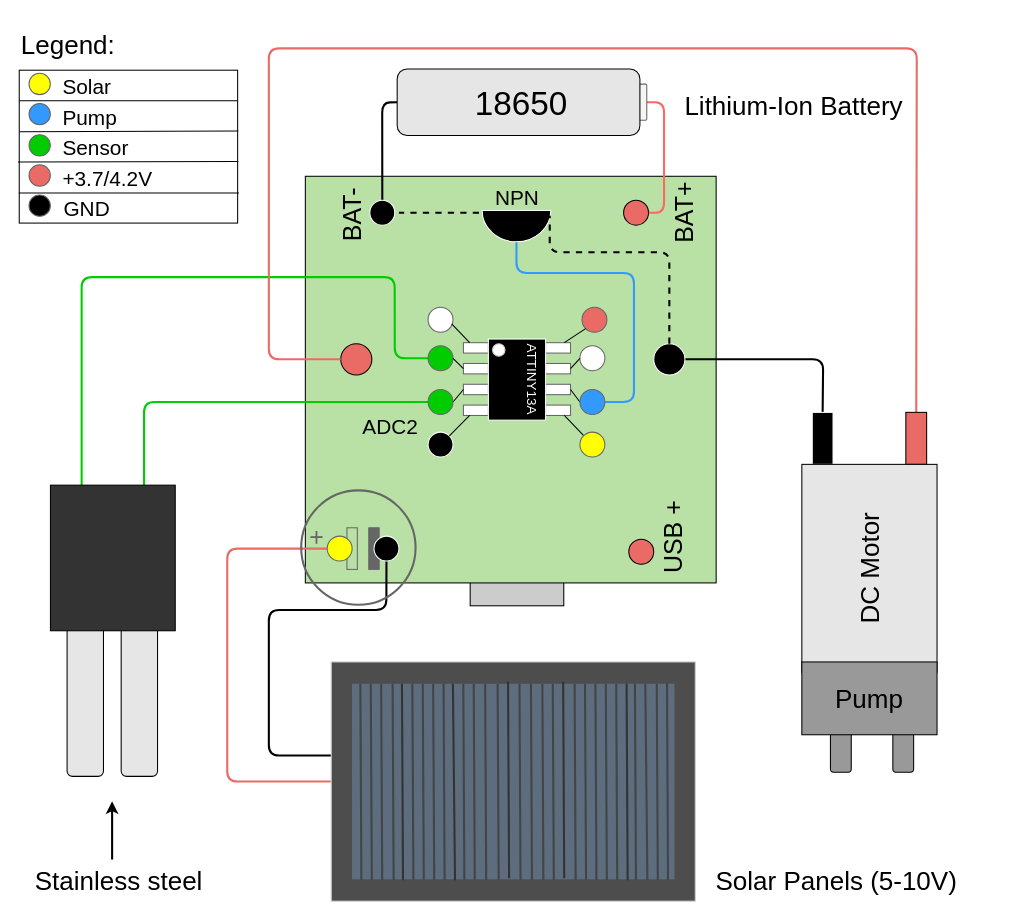
Above: img/technical.drawio in dimecho/ATtiny13-Plant (draw.io), before the change. Source tidied: cells renumbered, new cells numbered last; positions are measured from the earlier drawing's top-left corner, leaving out a move shared by most shapes. Both pictures are drawn from the tidied source at 104%, with x=0, y=0 at pixel (19, 18).
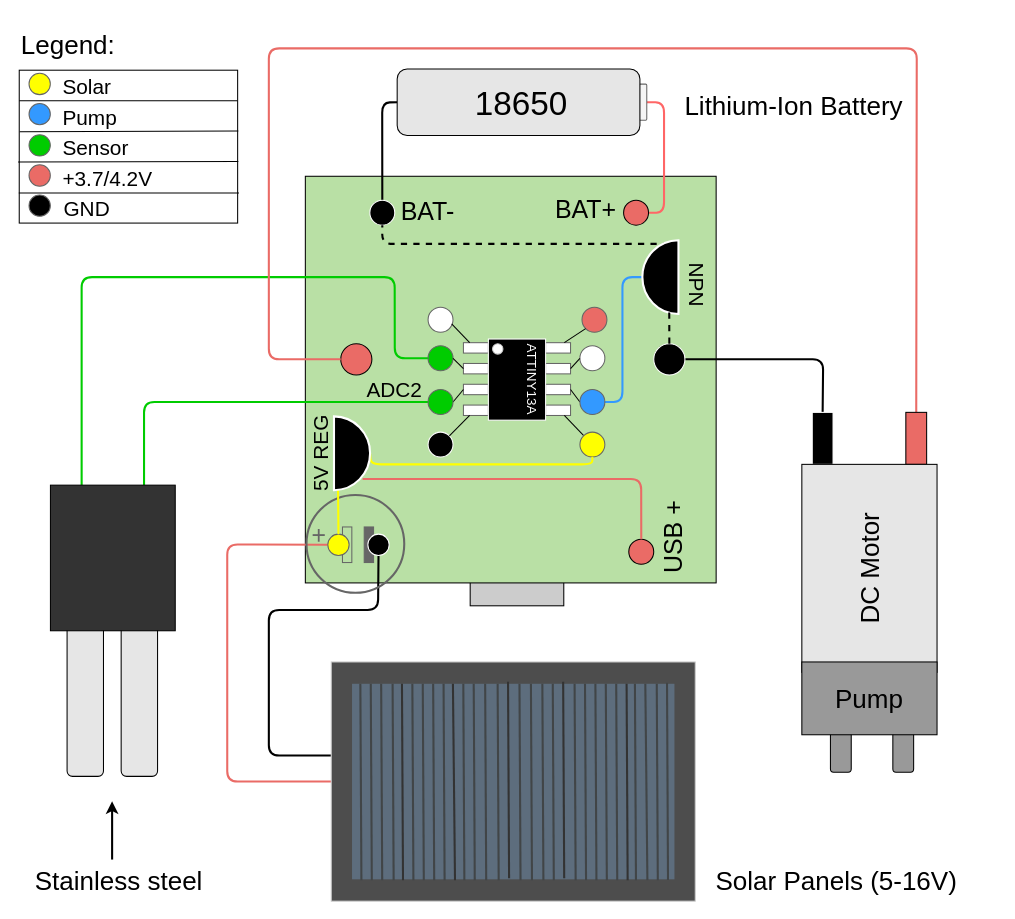
The same diagram, later.

Commit message (it also covers changes not shown here):
added operational diagram

The change refers to these unchanged cells:
```xml
<mxCell id="25" style="ellipse;whiteSpace=wrap;html=1;strokeColor=#FFFFFF;fillColor=#000000;fontSize=18;fontColor=#333333;" parent="1" vertex="1">
  <mxGeometry x="610.1" y="313" width="30" height="30" as="geometry" />
</mxCell>
<mxCell id="33" style="ellipse;whiteSpace=wrap;html=1;strokeColor=#000000;fillColor=#EA6B66;fontSize=18;fontColor=#333333;" parent="1" vertex="1">
  <mxGeometry x="586.1" y="501" width="24" height="24" as="geometry" />
</mxCell>
<mxCell id="34" style="ellipse;whiteSpace=wrap;html=1;strokeColor=#FFFFFF;fillColor=#000000;fontSize=18;fontColor=#333333;" parent="1" vertex="1">
  <mxGeometry x="337.1" y="175" width="24" height="24" as="geometry" />
</mxCell>
<mxCell id="50" style="ellipse;whiteSpace=wrap;html=1;strokeColor=#666666;fillColor=#3399FF;fontSize=18;fontColor=#333333;" parent="1" vertex="1">
  <mxGeometry x="539.1" y="357" width="24" height="24" as="geometry" />
</mxCell>
<mxCell id="51" style="ellipse;whiteSpace=wrap;html=1;strokeColor=#666666;fillColor=#FFFF00;fontSize=18;fontColor=#333333;" parent="1" vertex="1">
  <mxGeometry x="539.1" y="398" width="24" height="24" as="geometry" />
</mxCell>
<mxCell id="101" style="rounded=0;whiteSpace=wrap;html=1;strokeColor=#CCCCCC;fillColor=#4D4D4D;rotation=90;" parent="100" vertex="1">
  <mxGeometry width="230" height="350" as="geometry" />
</mxCell>
```

Diff of the diagram source:
```diff
@@
-    <mxCell id="6" style="endArrow=none;html=1;strokeColor=#3399FF;strokeWidth=2;fontSize=25;exitX=1;exitY=0.5;exitDx=0;exitDy=0;entryX=0.5;entryY=1;entryDx=0;entryDy=0;entryPerimeter=0;" parent="1" edge="1" source="50" target="65">
+    <mxCell id="6" style="endArrow=none;html=1;strokeColor=#3399FF;strokeWidth=2;fontSize=25;exitX=1;exitY=0.5;exitDx=0;exitDy=0;entryX=0.5;entryY=1;entryDx=0;entryDy=0;entryPerimeter=0;" parent="1" edge="1" source="50" target="133">
       <mxGeometry relative="1" as="geometry">
         <Array as="points">
-          <mxPoint x="591.1" y="369" />
-          <mxPoint x="591.1" y="245" />
-          <mxPoint x="478.1" y="245" />
+          <mxPoint x="580" y="369" />
+          <mxPoint x="580" y="249" />
         </Array>
       </mxGeometry>
     </mxCell>
@@
     <mxCell id="14" style="endArrow=none;html=1;strokeColor=#EA6B66;strokeWidth=2;entryX=0.5;entryY=1;entryDx=0;entryDy=0;exitX=0.5;exitY=1;exitDx=0;exitDy=0;" parent="1" edge="1" source="101" target="60">
       <mxGeometry relative="1" as="geometry">
         <Array as="points">
           <mxPoint x="200" y="734" />
-          <mxPoint x="200" y="510" />
+          <mxPoint x="200" y="506" />
         </Array>
       </mxGeometry>
     </mxCell>
@@
-    <mxCell id="16" value="Solar Panels (5-10V)" style="text;html=1;strokeColor=none;fillColor=none;align=center;verticalAlign=middle;whiteSpace=wrap;rounded=0;rotation=0;fontSize=25;" parent="1" vertex="1">
+    <mxCell id="16" value="Solar Panels (5-16V)" style="text;html=1;strokeColor=none;fillColor=none;align=center;verticalAlign=middle;whiteSpace=wrap;rounded=0;rotation=0;fontSize=25;" parent="1" vertex="1">
       <mxGeometry x="650" y="809" width="272.2" height="40" as="geometry" />
     </mxCell>
@@
     <mxCell id="44" value="ADC2" style="text;html=1;strokeColor=none;fillColor=none;align=center;verticalAlign=middle;whiteSpace=wrap;rounded=0;fontSize=20;fontColor=#000000;" parent="1" vertex="1">
-      <mxGeometry x="337.1" y="382" width="40" height="20" as="geometry" />
+      <mxGeometry x="341.1" y="347" width="40" height="20" as="geometry" />
     </mxCell>
@@
     <mxCell id="47" style="ellipse;whiteSpace=wrap;html=1;strokeColor=#CCCCCC;fillColor=#FFFFFF;fontSize=32;" parent="1" vertex="1">
-      <mxGeometry x="455.1" y="313" width="12" height="12" as="geometry" />
+      <mxGeometry x="455.1" y="313" width="10" height="10" as="geometry" />
     </mxCell>
@@
     <mxCell id="49" style="endArrow=none;html=1;strokeColor=#000000;strokeWidth=2;fontSize=32;entryX=1;entryY=0.5;entryDx=0;entryDy=0;exitX=0.391;exitY=1;exitDx=0;exitDy=0;exitPerimeter=0;" parent="1" edge="1" source="101" target="59">
       <mxGeometry relative="1" as="geometry">
         <Array as="points">
           <mxPoint x="240" y="709" />
           <mxPoint x="240" y="569" />
-          <mxPoint x="353" y="569" />
+          <mxPoint x="345" y="569" />
         </Array>
       </mxGeometry>
     </mxCell>
@@
     <mxCell id="54" style="group;rotation=-180;" parent="1" vertex="1">
-      <mxGeometry x="271.1" y="455" width="110" height="110" as="geometry" />
+      <mxGeometry x="285.1" y="473" width="99" height="94" as="geometry" />
     </mxCell>
     <mxCell id="55" style="ellipse;whiteSpace=wrap;html=1;strokeColor=#666666;fillColor=none;fontSize=13;fontColor=#FFFFFF;strokeWidth=2;rotation=-180;" parent="54" vertex="1">
-      <mxGeometry y="-1" width="110" height="110" as="geometry" />
+      <mxGeometry x="-8.9" y="-14.5" width="94" height="94" as="geometry" />
     </mxCell>
     <mxCell id="56" style="rounded=0;whiteSpace=wrap;html=1;strokeColor=#666666;strokeWidth=1;fillColor=none;fontSize=13;fontColor=#FFFFFF;rotation=-180;" parent="54" vertex="1">
-      <mxGeometry x="44" y="35" width="10" height="40" as="geometry" />
+      <mxGeometry x="25.7" y="16.2" width="9" height="34.2" as="geometry" />
     </mxCell>
     <mxCell id="57" style="rounded=0;whiteSpace=wrap;html=1;strokeColor=#666666;strokeWidth=1;fillColor=#666666;fontSize=13;fontColor=#FFFFFF;rotation=-180;" parent="54" vertex="1">
-      <mxGeometry x="65" y="35" width="10" height="40" as="geometry" />
+      <mxGeometry x="46.6" y="16.2" width="9" height="34.2" as="geometry" />
     </mxCell>
     <mxCell id="58" value="+" style="text;html=1;strokeColor=none;fillColor=none;align=center;verticalAlign=middle;whiteSpace=wrap;rounded=0;fontSize=24;fontColor=#666666;rotation=-180;" parent="54" vertex="1">
-      <mxGeometry x="5" y="35" width="20" height="20" as="geometry" />
+      <mxGeometry x="-5.4" y="16.2" width="18" height="17.1" as="geometry" />
     </mxCell>
     <mxCell id="59" style="ellipse;whiteSpace=wrap;html=1;strokeColor=#FFFFFF;fillColor=#000000;fontSize=18;fontColor=#333333;rotation=-270;" parent="54" vertex="1">
-      <mxGeometry x="70" y="43" width="24" height="24" as="geometry" />
+      <mxGeometry x="50.1" y="23.1" width="20.5" height="20.5" as="geometry" />
     </mxCell>
     <mxCell id="60" style="ellipse;whiteSpace=wrap;html=1;strokeColor=#666666;fillColor=#FFFF00;fontSize=18;fontColor=#333333;rotation=-270;" parent="54" vertex="1">
-      <mxGeometry x="25" y="43" width="24" height="24" as="geometry" />
+      <mxGeometry x="11.6" y="23.1" width="20.5" height="20.5" as="geometry" />
     </mxCell>
-    <mxCell id="61" value="BAT+" style="text;html=1;strokeColor=none;fillColor=none;align=center;verticalAlign=middle;whiteSpace=wrap;rounded=0;fontSize=24;rotation=-90;" parent="1" vertex="1">
-      <mxGeometry x="620" y="177" width="40" height="20" as="geometry" />
+    <mxCell id="61" value="BAT+" style="text;html=1;strokeColor=none;fillColor=none;align=center;verticalAlign=middle;whiteSpace=wrap;rounded=0;fontSize=24;rotation=0;" parent="1" vertex="1">
+      <mxGeometry x="525.1" y="175" width="40" height="20" as="geometry" />
     </mxCell>
-    <mxCell id="62" value="BAT-" style="text;html=1;strokeColor=none;fillColor=none;align=center;verticalAlign=middle;whiteSpace=wrap;rounded=0;fontSize=24;rotation=-90;" parent="1" vertex="1">
-      <mxGeometry x="301.1" y="179" width="40" height="20" as="geometry" />
+    <mxCell id="62" value="BAT-" style="text;html=1;strokeColor=none;fillColor=none;align=center;verticalAlign=middle;whiteSpace=wrap;rounded=0;fontSize=24;rotation=0;" parent="1" vertex="1">
+      <mxGeometry x="373.3" y="177" width="40" height="20" as="geometry" />
     </mxCell>
@@
-    <mxCell id="64" style="endArrow=none;html=1;strokeColor=#000000;strokeWidth=2;fontSize=25;dashed=1;" parent="1" edge="1">
+    <mxCell id="64" style="endArrow=none;html=1;strokeColor=#000000;strokeWidth=2;fontSize=25;dashed=1;exitX=0.05;exitY=0.257;exitDx=0;exitDy=0;exitPerimeter=0;entryX=0.5;entryY=1;entryDx=0;entryDy=0;" parent="1" edge="1" source="133" target="34">
       <mxGeometry relative="1" as="geometry">
-        <mxPoint x="478.1" y="187" as="sourcePoint" />
-        <mxPoint x="365.1" y="187" as="targetPoint" />
+        <Array as="points">
+          <mxPoint x="349" y="217" />
+        </Array>
       </mxGeometry>
     </mxCell>
-    <mxCell id="65" style="verticalLabelPosition=bottom;verticalAlign=top;html=1;shape=mxgraph.basic.half_circle;strokeColor=#FFFFFF;fillColor=#000000;fontSize=25;" parent="1" vertex="1">
-      <mxGeometry x="445.1" y="185" width="66" height="30" as="geometry" />
-    </mxCell>
-    <mxCell id="66" value="NPN" style="text;html=1;strokeColor=none;fillColor=none;align=center;verticalAlign=middle;whiteSpace=wrap;rounded=0;fontSize=20;fontColor=#000000;" parent="1" vertex="1">
-      <mxGeometry x="458.6" y="162" width="40" height="20" as="geometry" />
+    <mxCell id="66" value="NPN" style="text;html=1;strokeColor=none;fillColor=none;align=center;verticalAlign=middle;whiteSpace=wrap;rounded=0;fontSize=20;fontColor=#000000;rotation=90;" parent="1" vertex="1">
+      <mxGeometry x="631.8" y="246.4" width="40" height="20" as="geometry" />
     </mxCell>
@@
-    <mxCell id="87" style="endArrow=none;html=1;strokeColor=#000000;strokeWidth=2;fontSize=18;entryX=0.985;entryY=0.167;entryDx=0;entryDy=0;entryPerimeter=0;exitX=0.5;exitY=0;exitDx=0;exitDy=0;dashed=1;" parent="1" edge="1" source="25" target="65">
-      <mxGeometry relative="1" as="geometry">
-        <Array as="points">
-          <mxPoint x="625.1" y="225" />
-          <mxPoint x="510.1" y="225" />
-        </Array>
-      </mxGeometry>
-    </mxCell>
@@
+    <mxCell id="133" style="verticalLabelPosition=bottom;verticalAlign=top;html=1;shape=mxgraph.basic.half_circle;strokeColor=#FFFFFF;fillColor=#000000;fontSize=25;rotation=90;strokeWidth=2;" parent="1" vertex="1">
+      <mxGeometry x="581" y="231.6" width="71" height="34.7" as="geometry" />
+    </mxCell>
+    <mxCell id="134" style="endArrow=none;html=1;strokeColor=#000000;strokeWidth=2;fontSize=25;dashed=1;exitX=0.5;exitY=0;exitDx=0;exitDy=0;entryX=0.819;entryY=0.256;entryDx=0;entryDy=0;entryPerimeter=0;" parent="1" edge="1" source="25" target="133">
+      <mxGeometry relative="1" as="geometry" />
+    </mxCell>
+    <mxCell id="135" style="endArrow=none;html=1;entryX=0.002;entryY=0.112;entryDx=0;entryDy=0;entryPerimeter=0;exitX=0;exitY=0.5;exitDx=0;exitDy=0;strokeWidth=2;strokeColor=#FFFF00;" parent="1" edge="1" source="60" target="138">
+      <mxGeometry relative="1" as="geometry" />
+    </mxCell>
+    <mxCell id="136" style="endArrow=none;html=1;strokeColor=#FFFF00;strokeWidth=2;exitX=0.5;exitY=1;exitDx=0;exitDy=0;exitPerimeter=0;entryX=0.5;entryY=1;entryDx=0;entryDy=0;" parent="1" edge="1" source="138" target="51">
+      <mxGeometry relative="1" as="geometry">
+        <Array as="points">
+          <mxPoint x="338" y="429" />
+          <mxPoint x="551" y="429" />
+        </Array>
+      </mxGeometry>
+    </mxCell>
+    <mxCell id="137" style="endArrow=none;html=1;strokeColor=#EA6B66;strokeWidth=2;exitX=0.151;exitY=0.793;exitDx=0;exitDy=0;exitPerimeter=0;entryX=0.5;entryY=0;entryDx=0;entryDy=0;" parent="1" edge="1" source="138" target="33">
+      <mxGeometry relative="1" as="geometry">
+        <Array as="points">
+          <mxPoint x="598" y="443" />
+        </Array>
+      </mxGeometry>
+    </mxCell>
+    <mxCell id="138" style="verticalLabelPosition=bottom;verticalAlign=top;html=1;shape=mxgraph.basic.half_circle;strokeColor=#FFFFFF;fillColor=#000000;fontSize=25;rotation=-90;strokeWidth=2;" parent="1" vertex="1">
+      <mxGeometry x="284.5" y="401" width="71" height="34.7" as="geometry" />
+    </mxCell>
+    <mxCell id="139" value="5V REG" style="text;html=1;strokeColor=none;fillColor=none;align=center;verticalAlign=middle;whiteSpace=wrap;rounded=0;fontSize=20;fontColor=#000000;rotation=-90;" parent="1" vertex="1">
+      <mxGeometry x="245" y="408.4" width="90" height="20" as="geometry" />
+    </mxCell>
```
